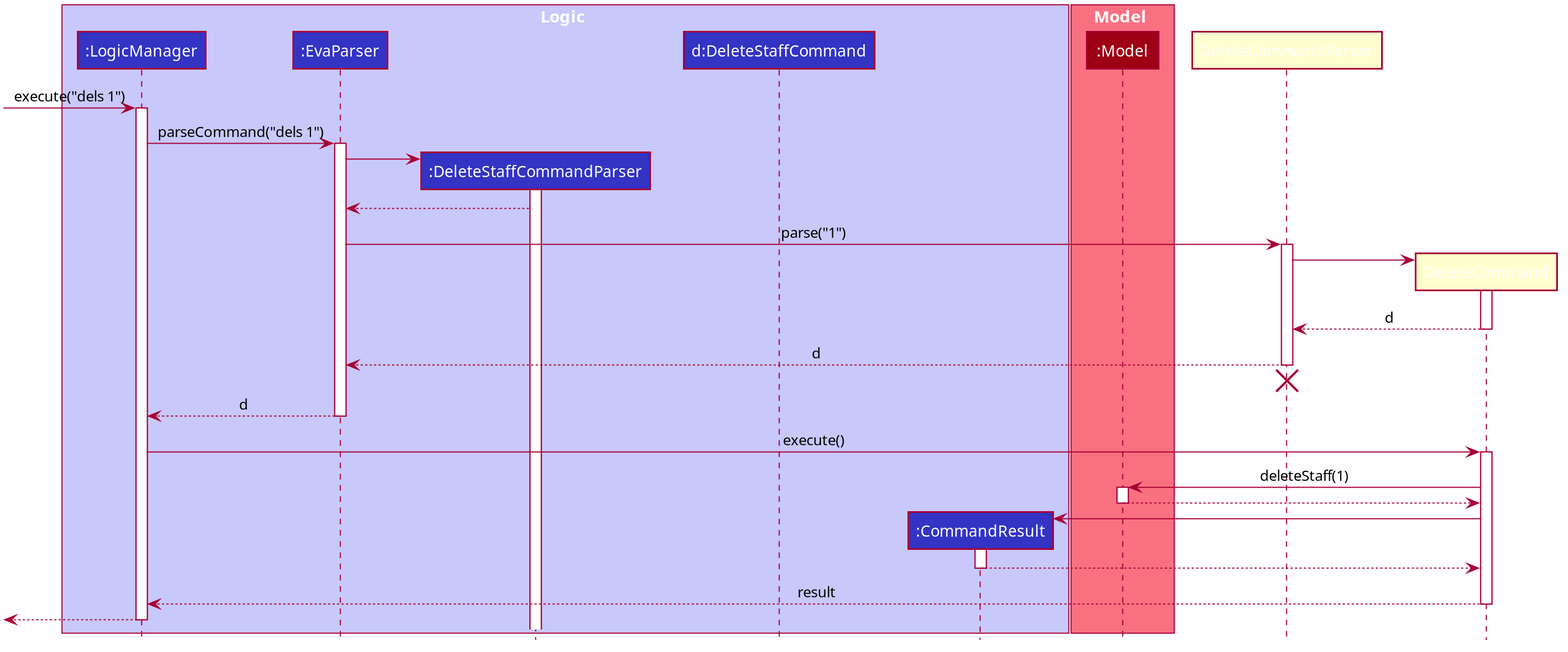
nus-cs2103-AY2021S1/tp keeps this PlantUML diagram as docs/images/DeleteSequenceDiagram.png. Above is the earlier version. Its source is kept beside it as docs/diagrams/DeleteSequenceDiagram.puml.
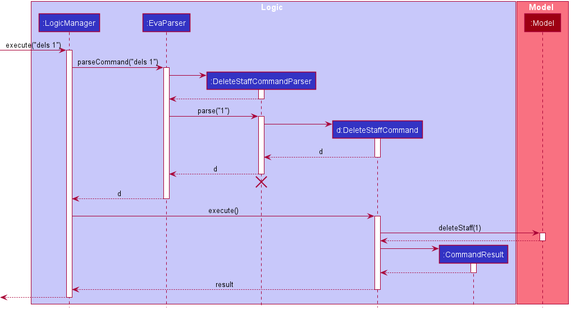
After the commit.

Change to the diagram source:
```diff
@@ -24,44 +24,44 @@
 activate DeleteStaffCommandParser
 
 DeleteStaffCommandParser --> EvaParser
-deactivate DeleteCommandParser
+deactivate DeleteStaffCommandParser
 
-EvaParser -> DeleteCommandParser : parse("1")
-activate DeleteCommandParser
+EvaParser -> DeleteStaffCommandParser : parse("1")
+activate DeleteStaffCommandParser
 
-create DeleteCommand
-DeleteCommandParser -> DeleteCommand
-activate DeleteCommand
+create DeleteStaffCommand
+DeleteStaffCommandParser -> DeleteStaffCommand
+activate DeleteStaffCommand
 
-DeleteCommand --> DeleteCommandParser : d
-deactivate DeleteCommand
+DeleteStaffCommand --> DeleteStaffCommandParser : d
+deactivate DeleteStaffCommand
 
-DeleteCommandParser --> EvaParser : d
-deactivate DeleteCommandParser
-DeleteCommandParser -[hidden]-> EvaParser
-destroy DeleteCommandParser
+DeleteStaffCommandParser --> EvaParser : d
+deactivate DeleteStaffCommandParser
+DeleteStaffCommandParser -[hidden]-> EvaParser
+destroy DeleteStaffCommandParser
 
 EvaParser --> LogicManager : d
 deactivate EvaParser
 
-LogicManager -> DeleteCommand : execute()
-activate DeleteCommand
+LogicManager -> DeleteStaffCommand : execute()
+activate DeleteStaffCommand
 
-DeleteCommand -> Model : deleteStaff(1)
+DeleteStaffCommand -> Model : deleteStaff(1)
 activate Model
 
-Model --> DeleteCommand
+Model --> DeleteStaffCommand
 deactivate Model
 
 create CommandResult
-DeleteCommand -> CommandResult
+DeleteStaffCommand -> CommandResult
 activate CommandResult
 
-CommandResult --> DeleteCommand
+CommandResult --> DeleteStaffCommand
 deactivate CommandResult
 
-DeleteCommand --> LogicManager : result
-deactivate DeleteCommand
+DeleteStaffCommand --> LogicManager : result
+deactivate DeleteStaffCommand
 
 [<--LogicManager
 deactivate LogicManager
```
